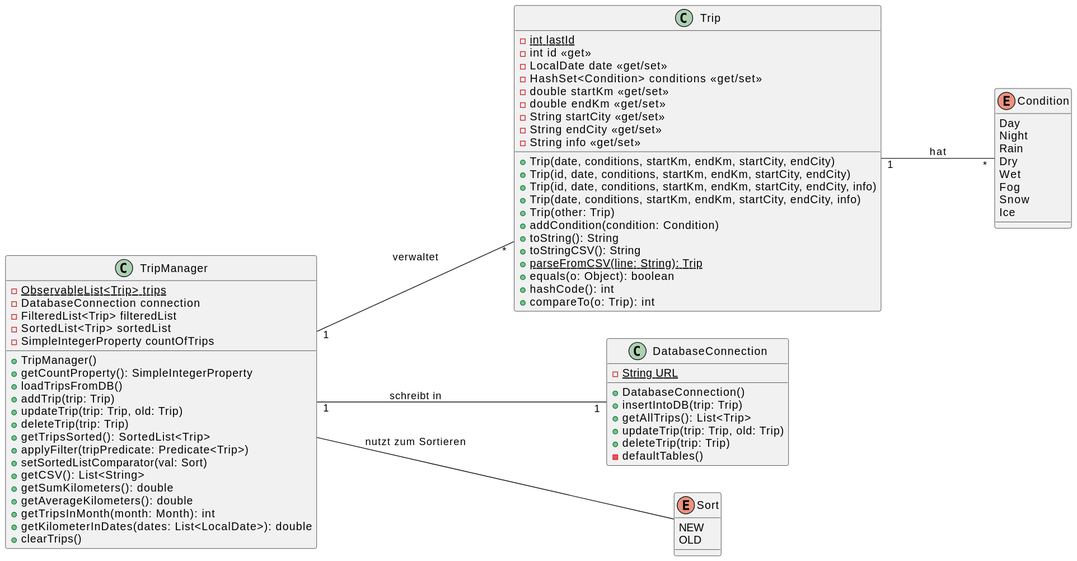
The PlantUML diagram images/cld.svg in jbrunnerhtl/Driving_Tracker_Java_Docs, before a commit. Its source is kept beside it as cld.puml.
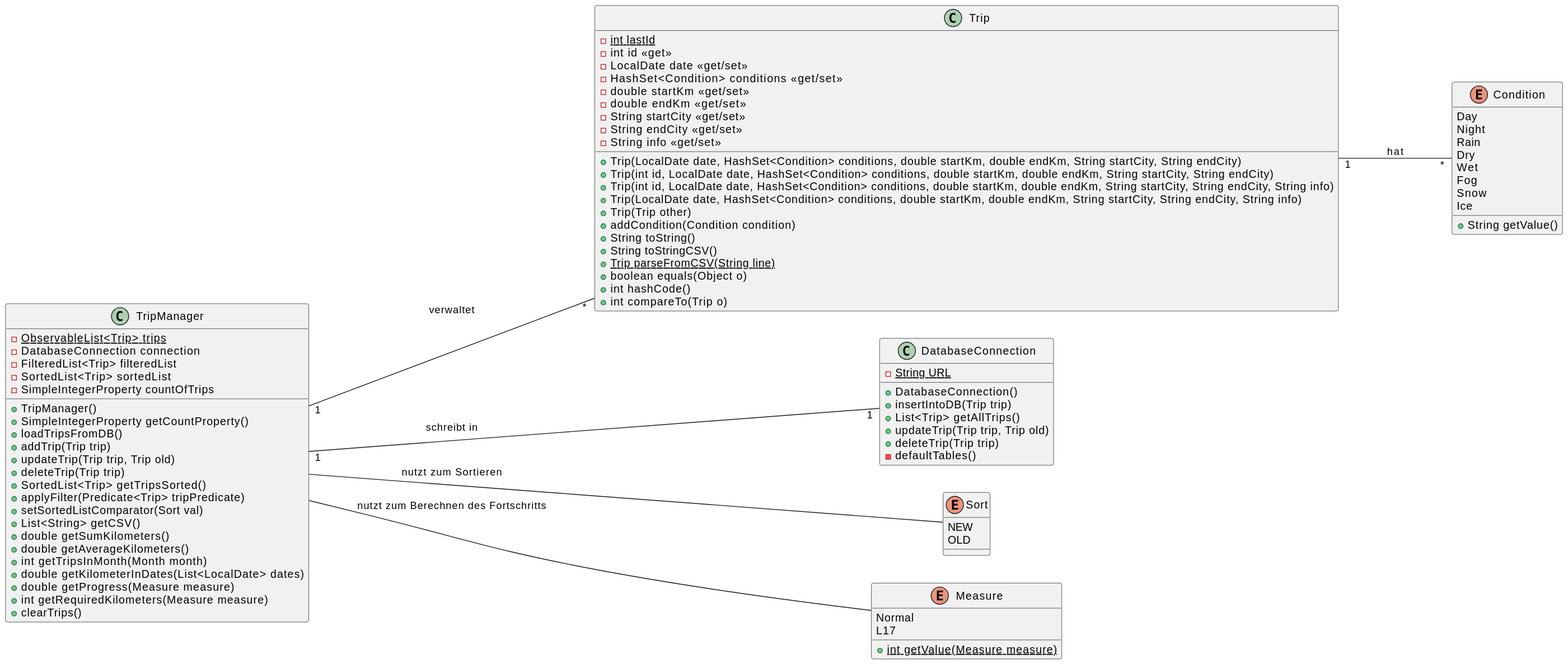
After the commit.

The edit, as a diff of the source:
```diff
@@ -12,18 +12,18 @@
     -String endCity <<get/set>>
     -String info <<get/set>>
 
-    +Trip(date, conditions, startKm, endKm, startCity, endCity)
-    +Trip(id, date, conditions, startKm, endKm, startCity, endCity)
-    +Trip(id, date, conditions, startKm, endKm, startCity, endCity, info)
-    +Trip(date, conditions, startKm, endKm, startCity, endCity, info)
-    +Trip(other: Trip)
-    +addCondition(condition: Condition)
-    +toString(): String
-    +toStringCSV(): String
-    +{static}parseFromCSV(line: String): Trip
-    +equals(o: Object): boolean
-    +hashCode(): int
-    +compareTo(o: Trip): int
+    +Trip(LocalDate date, HashSet<Condition> conditions, double startKm, double endKm, String startCity, String endCity)
+    +Trip(int id, LocalDate date, HashSet<Condition> conditions, double startKm, double endKm, String startCity, String endCity)
+    +Trip(int id, LocalDate date, HashSet<Condition> conditions, double startKm, double endKm, String startCity, String endCity, String info)
+    +Trip(LocalDate date, HashSet<Condition> conditions, double startKm, double endKm, String startCity, String endCity, String info)
+    +Trip(Trip other)
+    +addCondition(Condition condition)
+    +String toString()
+    +String toStringCSV()
+    +{static}Trip parseFromCSV(String line)
+    +boolean equals(Object o)
+    +int hashCode()
+    +int compareTo(Trip o)
 }
 
 class TripManager {
@@ -34,19 +34,21 @@
     -SimpleIntegerProperty countOfTrips
 
     +TripManager()
-    +getCountProperty(): SimpleIntegerProperty
+    +SimpleIntegerProperty getCountProperty()
     +loadTripsFromDB()
-    +addTrip(trip: Trip)
-    +updateTrip(trip: Trip, old: Trip)
-    +deleteTrip(trip: Trip)
-    +getTripsSorted(): SortedList<Trip>
-    +applyFilter(tripPredicate: Predicate<Trip>)
-    +setSortedListComparator(val: Sort)
-    +getCSV(): List<String>
-    +getSumKilometers(): double
-    +getAverageKilometers(): double
-    +getTripsInMonth(month: Month): int
-    +getKilometerInDates(dates: List<LocalDate>): double
+    +addTrip(Trip trip)
+    +updateTrip(Trip trip, Trip old)
+    +deleteTrip(Trip trip)
+    +SortedList<Trip> getTripsSorted()
+    +applyFilter(Predicate<Trip> tripPredicate)
+    +setSortedListComparator(Sort val)
+    +List<String> getCSV()
+    +double getSumKilometers()
+    +double getAverageKilometers()
+    +int getTripsInMonth(Month month)
+    +double getKilometerInDates(List<LocalDate> dates)
+    +double getProgress(Measure measure)
+    +int getRequiredKilometers(Measure measure)
     +clearTrips()
 }
 
@@ -54,10 +56,10 @@
     {static}-String URL
 
     +DatabaseConnection()
-    +insertIntoDB(trip: Trip)
-    +getAllTrips(): List<Trip>
-    +updateTrip(trip: Trip, old: Trip)
-    +deleteTrip(trip: Trip)
+    +insertIntoDB(Trip trip)
+    +List<Trip> getAllTrips()
+    +updateTrip(Trip trip, Trip old)
+    +deleteTrip(Trip trip)
     -defaultTables()
 }
 
@@ -70,6 +72,7 @@
     Fog
     Snow
     Ice
+    +String getValue()
 }
 
 enum Sort {
@@ -77,9 +80,16 @@
     OLD
 }
 
+enum Measure {
+    Normal
+    L17
+    +{static}int getValue(Measure measure)
+}
+
 Trip "1" --- "*" Condition : hat
 TripManager "1" --- "*" Trip : verwaltet
 TripManager "1" --- "1" DatabaseConnection : schreibt in
 TripManager --- Sort : nutzt zum Sortieren
+TripManager --- Measure : nutzt zum Berechnen des Fortschritts
 
 @enduml
```
